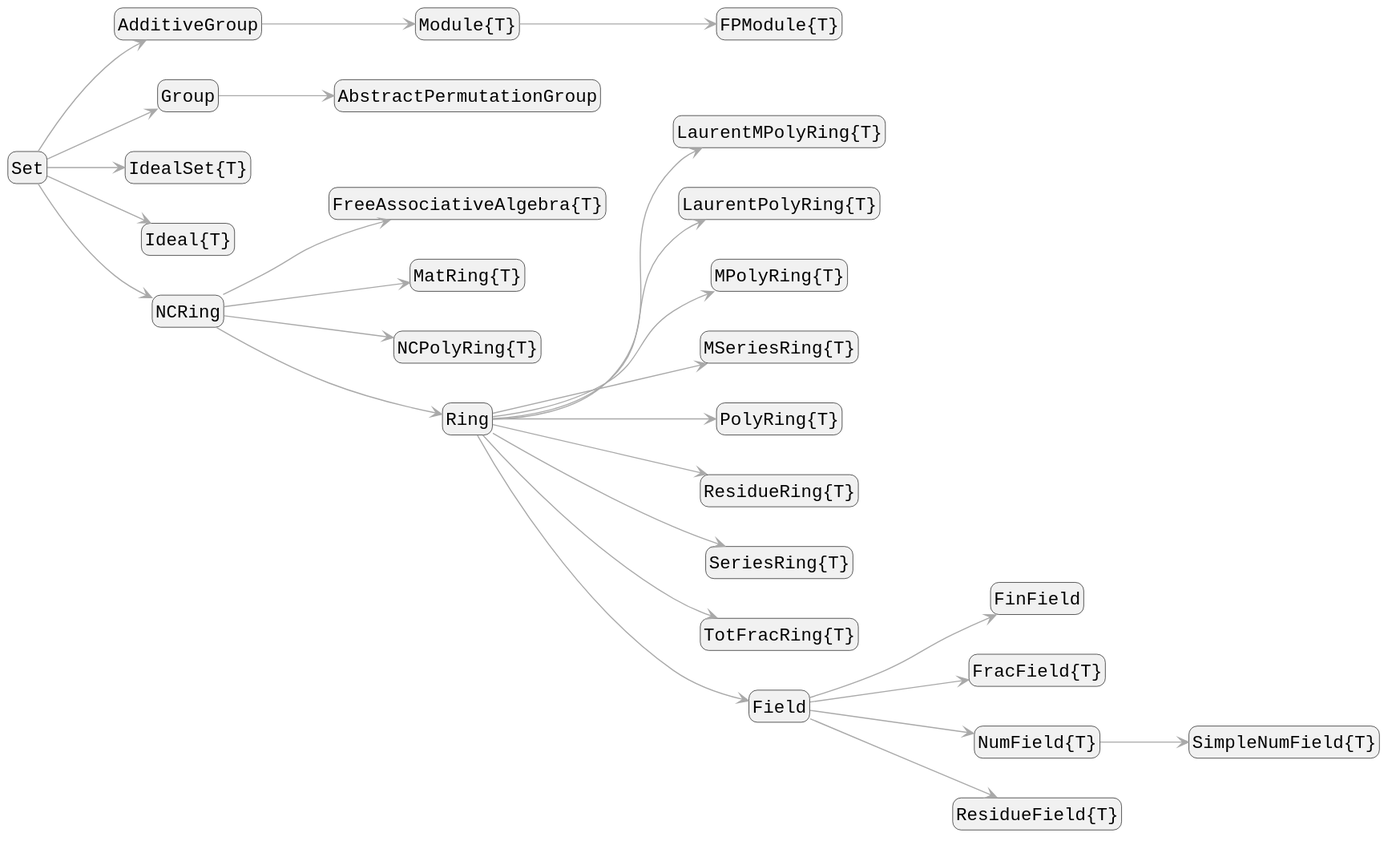
Above: docs/src/assets/parents_diagram.svg in Nemocas/AbstractAlgebra.jl (PlantUML), before the change.
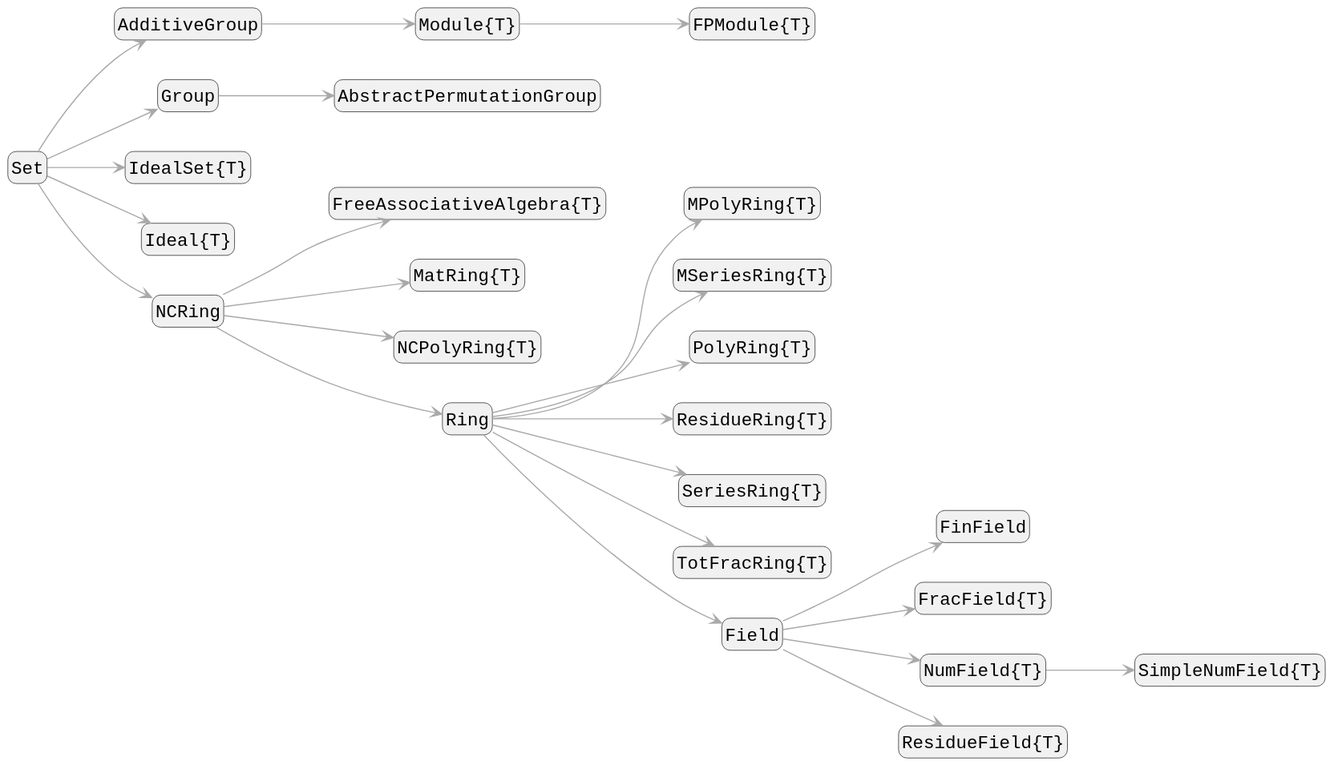
After the commit.

Diff of the diagram source:
```diff
@@ -18,8 +18,6 @@
 "NCRing" --> "MatRing{T}"
 "NCRing" --> "NCPolyRing{T}"
 "NCRing" --> "Ring"
-"Ring" --> "LaurentMPolyRing{T}"
-"Ring" --> "LaurentPolyRing{T}"
 "Ring" --> "MPolyRing{T}"
 "Ring" --> "MSeriesRing{T}"
 "Ring" --> "PolyRing{T}"
```
